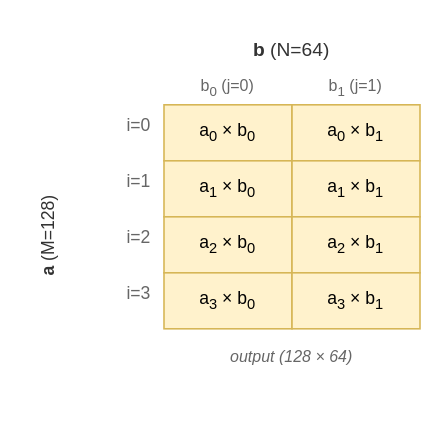
Before: images/basics-puzzle5.drawio in vorushin/pallas_puzzles, a draw.io diagram. Source tidied: cells renumbered, new cells numbered last; positions are measured from the earlier drawing's top-left corner, leaving out a move shared by most shapes. Both pictures are drawn from the tidied source at 160%, with x=0, y=0 at pixel (27, 27).
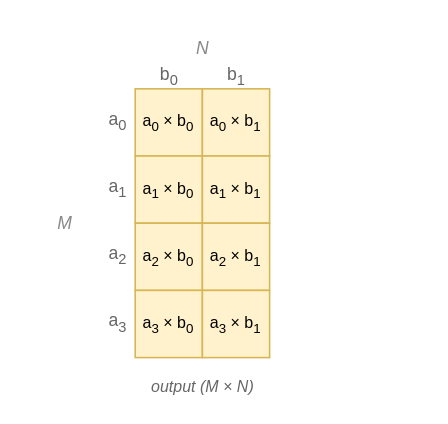
The same diagram, later.

Commit message (it also covers changes not shown here):
basics diagrams: redesign Puzzles 4, 5, 10 with proportional tiles

Diff of the diagram source:
```diff
@@
 <mxGraphModel>
   <root>
     <mxCell id="0" />
     <mxCell id="1" parent="0" />
-    <mxCell id="2" value="&lt;b&gt;b&lt;/b&gt; (N=64)" style="text;whiteSpace=wrap;fontSize=12;fontColor=#333333;align=center;html=1;" parent="1" vertex="1">
-      <mxGeometry x="85" width="160" height="22" as="geometry" />
+    <mxCell id="2" value="&lt;i&gt;N&lt;/i&gt;" style="text;fontSize=11;fontColor=#888888;align=center;html=1;" parent="1" vertex="1">
+      <mxGeometry x="67" width="84" height="14" as="geometry" />
     </mxCell>
-    <mxCell id="3" value="&lt;b&gt;a&lt;/b&gt; (M=128)" style="text;whiteSpace=wrap;fontSize=11;fontColor=#333333;align=center;horizontal=0;html=1;" parent="1" vertex="1">
-      <mxGeometry y="60" width="30" height="140" as="geometry" />
-    </mxCell>
-    <mxCell id="4" value="b&lt;sub&gt;0&lt;/sub&gt; (j=0)" style="text;whiteSpace=wrap;fontSize=10;fontColor=#666666;align=center;html=1;" parent="1" vertex="1">
-      <mxGeometry x="85" y="24" width="80" height="20" as="geometry" />
+    <mxCell id="4" value="b&lt;sub&gt;0&lt;/sub&gt;" style="text;fontSize=11;fontColor=#666666;align=center;html=1;" parent="1" vertex="1">
+      <mxGeometry x="67" y="16" width="42" height="18" as="geometry" />
     </mxCell>
-    <mxCell id="5" value="b&lt;sub&gt;1&lt;/sub&gt; (j=1)" style="text;whiteSpace=wrap;fontSize=10;fontColor=#666666;align=center;html=1;" parent="1" vertex="1">
-      <mxGeometry x="165" y="24" width="80" height="20" as="geometry" />
+    <mxCell id="5" value="b&lt;sub&gt;1&lt;/sub&gt;" style="text;fontSize=11;fontColor=#666666;align=center;html=1;" parent="1" vertex="1">
+      <mxGeometry x="109" y="16" width="42" height="18" as="geometry" />
     </mxCell>
+    <mxCell id="3" value="&lt;i&gt;M&lt;/i&gt;" style="text;fontSize=11;fontColor=#888888;align=right;verticalAlign=middle;html=1;" parent="1" vertex="1">
+      <mxGeometry x="15" y="38" width="14" height="168" as="geometry" />
+    </mxCell>
-    <mxCell id="6" value="i=0" style="text;whiteSpace=wrap;fontSize=11;fontColor=#666666;align=right;" parent="1" vertex="1">
-      <mxGeometry x="33" y="48" width="46" height="35" as="geometry" />
+    <mxCell id="6" value="a&lt;sub&gt;0&lt;/sub&gt;" style="text;fontSize=11;fontColor=#666666;align=right;verticalAlign=middle;html=1;" parent="1" vertex="1">
+      <mxGeometry x="31" y="38" width="32" height="42" as="geometry" />
     </mxCell>
-    <mxCell id="7" value="i=1" style="text;whiteSpace=wrap;fontSize=11;fontColor=#666666;align=right;" parent="1" vertex="1">
-      <mxGeometry x="33" y="83" width="46" height="35" as="geometry" />
+    <mxCell id="7" value="a&lt;sub&gt;1&lt;/sub&gt;" style="text;fontSize=11;fontColor=#666666;align=right;verticalAlign=middle;html=1;" parent="1" vertex="1">
+      <mxGeometry x="31" y="80" width="32" height="42" as="geometry" />
     </mxCell>
-    <mxCell id="8" value="i=2" style="text;whiteSpace=wrap;fontSize=11;fontColor=#666666;align=right;" parent="1" vertex="1">
-      <mxGeometry x="33" y="118" width="46" height="35" as="geometry" />
+    <mxCell id="8" value="a&lt;sub&gt;2&lt;/sub&gt;" style="text;fontSize=11;fontColor=#666666;align=right;verticalAlign=middle;html=1;" parent="1" vertex="1">
+      <mxGeometry x="31" y="122" width="32" height="42" as="geometry" />
     </mxCell>
-    <mxCell id="9" value="i=3" style="text;whiteSpace=wrap;fontSize=11;fontColor=#666666;align=right;" parent="1" vertex="1">
-      <mxGeometry x="33" y="153" width="46" height="35" as="geometry" />
+    <mxCell id="9" value="a&lt;sub&gt;3&lt;/sub&gt;" style="text;fontSize=11;fontColor=#666666;align=right;verticalAlign=middle;html=1;" parent="1" vertex="1">
+      <mxGeometry x="31" y="164" width="32" height="42" as="geometry" />
     </mxCell>
-    <mxCell id="10" value="a&lt;sub&gt;0&lt;/sub&gt; &amp;times; b&lt;sub&gt;0&lt;/sub&gt;" style="rounded=0;whiteSpace=wrap;fillColor=#fff2cc;strokeColor=#d6b656;fontSize=11;html=1;" parent="1" vertex="1">
-      <mxGeometry x="85" y="48" width="80" height="35" as="geometry" />
+    <mxCell id="10" value="a&lt;sub&gt;0&lt;/sub&gt; &amp;times; b&lt;sub&gt;0&lt;/sub&gt;" style="rounded=0;whiteSpace=wrap;fillColor=#fff2cc;strokeColor=#d6b656;fontSize=10;html=1;" parent="1" vertex="1">
+      <mxGeometry x="67" y="38" width="42" height="42" as="geometry" />
     </mxCell>
-    <mxCell id="11" value="a&lt;sub&gt;0&lt;/sub&gt; &amp;times; b&lt;sub&gt;1&lt;/sub&gt;" style="rounded=0;whiteSpace=wrap;fillColor=#fff2cc;strokeColor=#d6b656;fontSize=11;html=1;" parent="1" vertex="1">
-      <mxGeometry x="165" y="48" width="80" height="35" as="geometry" />
+    <mxCell id="11" value="a&lt;sub&gt;0&lt;/sub&gt; &amp;times; b&lt;sub&gt;1&lt;/sub&gt;" style="rounded=0;whiteSpace=wrap;fillColor=#fff2cc;strokeColor=#d6b656;fontSize=10;html=1;" parent="1" vertex="1">
+      <mxGeometry x="109" y="38" width="42" height="42" as="geometry" />
     </mxCell>
-    <mxCell id="12" value="a&lt;sub&gt;1&lt;/sub&gt; &amp;times; b&lt;sub&gt;0&lt;/sub&gt;" style="rounded=0;whiteSpace=wrap;fillColor=#fff2cc;strokeColor=#d6b656;fontSize=11;html=1;" parent="1" vertex="1">
-      <mxGeometry x="85" y="83" width="80" height="35" as="geometry" />
+    <mxCell id="12" value="a&lt;sub&gt;1&lt;/sub&gt; &amp;times; b&lt;sub&gt;0&lt;/sub&gt;" style="rounded=0;whiteSpace=wrap;fillColor=#fff2cc;strokeColor=#d6b656;fontSize=10;html=1;" parent="1" vertex="1">
+      <mxGeometry x="67" y="80" width="42" height="42" as="geometry" />
     </mxCell>
-    <mxCell id="13" value="a&lt;sub&gt;1&lt;/sub&gt; &amp;times; b&lt;sub&gt;1&lt;/sub&gt;" style="rounded=0;whiteSpace=wrap;fillColor=#fff2cc;strokeColor=#d6b656;fontSize=11;html=1;" parent="1" vertex="1">
-      <mxGeometry x="165" y="83" width="80" height="35" as="geometry" />
+    <mxCell id="13" value="a&lt;sub&gt;1&lt;/sub&gt; &amp;times; b&lt;sub&gt;1&lt;/sub&gt;" style="rounded=0;whiteSpace=wrap;fillColor=#fff2cc;strokeColor=#d6b656;fontSize=10;html=1;" parent="1" vertex="1">
+      <mxGeometry x="109" y="80" width="42" height="42" as="geometry" />
     </mxCell>
-    <mxCell id="14" value="a&lt;sub&gt;2&lt;/sub&gt; &amp;times; b&lt;sub&gt;0&lt;/sub&gt;" style="rounded=0;whiteSpace=wrap;fillColor=#fff2cc;strokeColor=#d6b656;fontSize=11;html=1;" parent="1" vertex="1">
-      <mxGeometry x="85" y="118" width="80" height="35" as="geometry" />
+    <mxCell id="14" value="a&lt;sub&gt;2&lt;/sub&gt; &amp;times; b&lt;sub&gt;0&lt;/sub&gt;" style="rounded=0;whiteSpace=wrap;fillColor=#fff2cc;strokeColor=#d6b656;fontSize=10;html=1;" parent="1" vertex="1">
+      <mxGeometry x="67" y="122" width="42" height="42" as="geometry" />
     </mxCell>
-    <mxCell id="15" value="a&lt;sub&gt;2&lt;/sub&gt; &amp;times; b&lt;sub&gt;1&lt;/sub&gt;" style="rounded=0;whiteSpace=wrap;fillColor=#fff2cc;strokeColor=#d6b656;fontSize=11;html=1;" parent="1" vertex="1">
-      <mxGeometry x="165" y="118" width="80" height="35" as="geometry" />
+    <mxCell id="15" value="a&lt;sub&gt;2&lt;/sub&gt; &amp;times; b&lt;sub&gt;1&lt;/sub&gt;" style="rounded=0;whiteSpace=wrap;fillColor=#fff2cc;strokeColor=#d6b656;fontSize=10;html=1;" parent="1" vertex="1">
+      <mxGeometry x="109" y="122" width="42" height="42" as="geometry" />
     </mxCell>
-    <mxCell id="16" value="a&lt;sub&gt;3&lt;/sub&gt; &amp;times; b&lt;sub&gt;0&lt;/sub&gt;" style="rounded=0;whiteSpace=wrap;fillColor=#fff2cc;strokeColor=#d6b656;fontSize=11;html=1;" parent="1" vertex="1">
-      <mxGeometry x="85" y="153" width="80" height="35" as="geometry" />
+    <mxCell id="16" value="a&lt;sub&gt;3&lt;/sub&gt; &amp;times; b&lt;sub&gt;0&lt;/sub&gt;" style="rounded=0;whiteSpace=wrap;fillColor=#fff2cc;strokeColor=#d6b656;fontSize=10;html=1;" parent="1" vertex="1">
+      <mxGeometry x="67" y="164" width="42" height="42" as="geometry" />
     </mxCell>
-    <mxCell id="17" value="a&lt;sub&gt;3&lt;/sub&gt; &amp;times; b&lt;sub&gt;1&lt;/sub&gt;" style="rounded=0;whiteSpace=wrap;fillColor=#fff2cc;strokeColor=#d6b656;fontSize=11;html=1;" parent="1" vertex="1">
-      <mxGeometry x="165" y="153" width="80" height="35" as="geometry" />
+    <mxCell id="17" value="a&lt;sub&gt;3&lt;/sub&gt; &amp;times; b&lt;sub&gt;1&lt;/sub&gt;" style="rounded=0;whiteSpace=wrap;fillColor=#fff2cc;strokeColor=#d6b656;fontSize=10;html=1;" parent="1" vertex="1">
+      <mxGeometry x="109" y="164" width="42" height="42" as="geometry" />
     </mxCell>
-    <mxCell id="18" value="output (128 &amp;times; 64)" style="text;whiteSpace=wrap;fontSize=10;fontColor=#666666;fontStyle=2;align=center;html=1;" parent="1" vertex="1">
-      <mxGeometry x="85" y="193" width="160" height="18" as="geometry" />
+    <mxCell id="18" value="output (M &amp;times; N)" style="text;fontSize=10;fontColor=#666666;fontStyle=2;align=center;html=1;" parent="1" vertex="1">
+      <mxGeometry x="67" y="212" width="84" height="18" as="geometry" />
     </mxCell>
   </root>
 </mxGraphModel>
```
